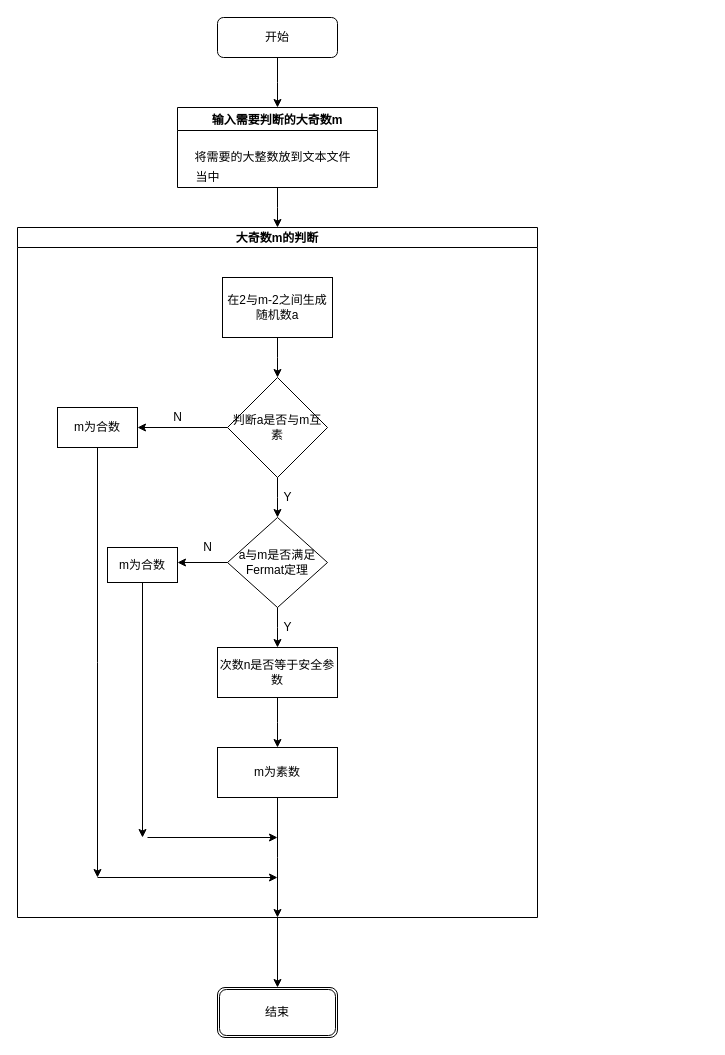
Zoneyoki/Test keeps this draw.io diagram as Untitled Diagram.drawio. Above is the earlier version. Source tidied: cells renumbered, new cells numbered last; positions are measured from the earlier drawing's top-left corner, leaving out a move shared by most shapes. Both pictures are drawn from the tidied source at 100%, with x=0, y=0 at pixel (17, 17).
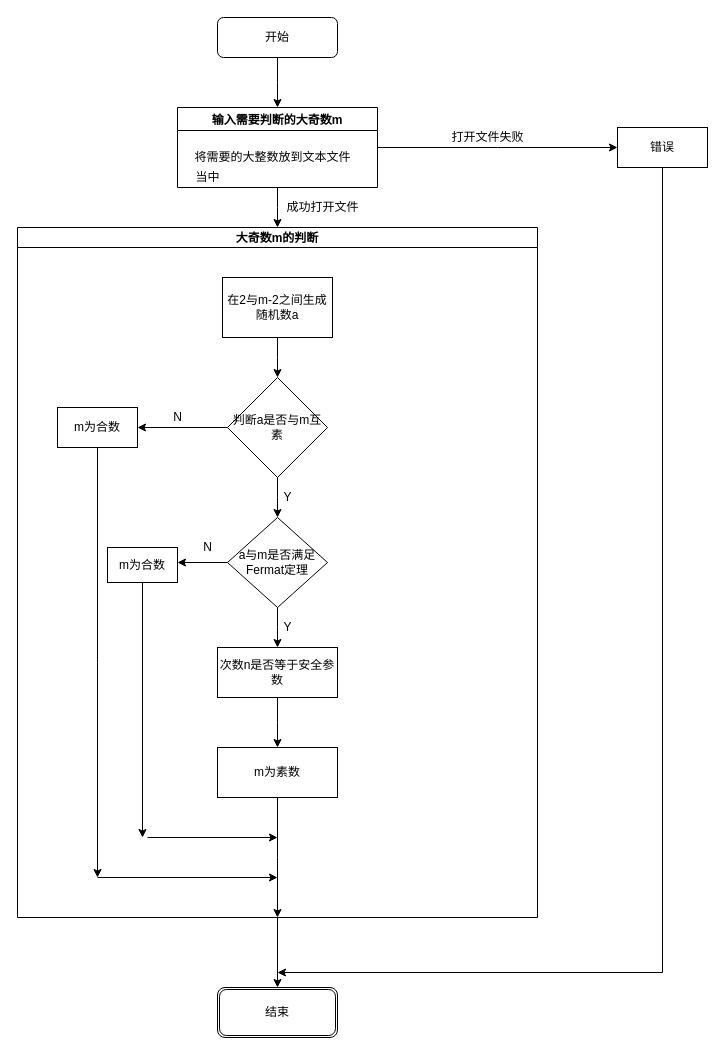
After the change.

The change refers to these unchanged cells:
```xml
<mxCell id="5" value="输入需要判断的大奇数m" style="swimlane;" parent="1" vertex="1">
  <mxGeometry x="160" y="90" width="200" height="80" as="geometry" />
</mxCell>
```

What changed in the source:
```diff
@@
+    <mxCell id="33" style="edgeStyle=orthogonalEdgeStyle;rounded=0;jettySize=auto;html=1;exitX=1;exitY=0.5;exitDx=0;exitDy=0;" parent="1" edge="1" source="5">
+      <mxGeometry relative="1" as="geometry">
+        <mxPoint x="600" y="130" as="targetPoint" />
+      </mxGeometry>
+    </mxCell>
@@
+    <mxCell id="34" value="成功打开文件" style="text;html=1;align=center;verticalAlign=middle;" parent="1" vertex="1">
+      <mxGeometry x="260" y="180" width="90" height="20" as="geometry" />
+    </mxCell>
+    <mxCell id="35" value="打开文件失败" style="text;html=1;align=center;verticalAlign=middle;" parent="1" vertex="1">
+      <mxGeometry x="425" y="110" width="90" height="20" as="geometry" />
+    </mxCell>
+    <mxCell id="36" style="edgeStyle=orthogonalEdgeStyle;rounded=0;jettySize=auto;html=1;" parent="1" edge="1" source="37">
+      <mxGeometry relative="1" as="geometry">
+        <mxPoint x="260" y="955" as="targetPoint" />
+        <Array as="points">
+          <mxPoint x="645" y="955" />
+        </Array>
+      </mxGeometry>
+    </mxCell>
+    <mxCell id="37" value="错误" style="whiteSpace=wrap;html=1;" parent="1" vertex="1">
+      <mxGeometry x="600" y="110" width="90" height="40" as="geometry" />
+    </mxCell>
```
